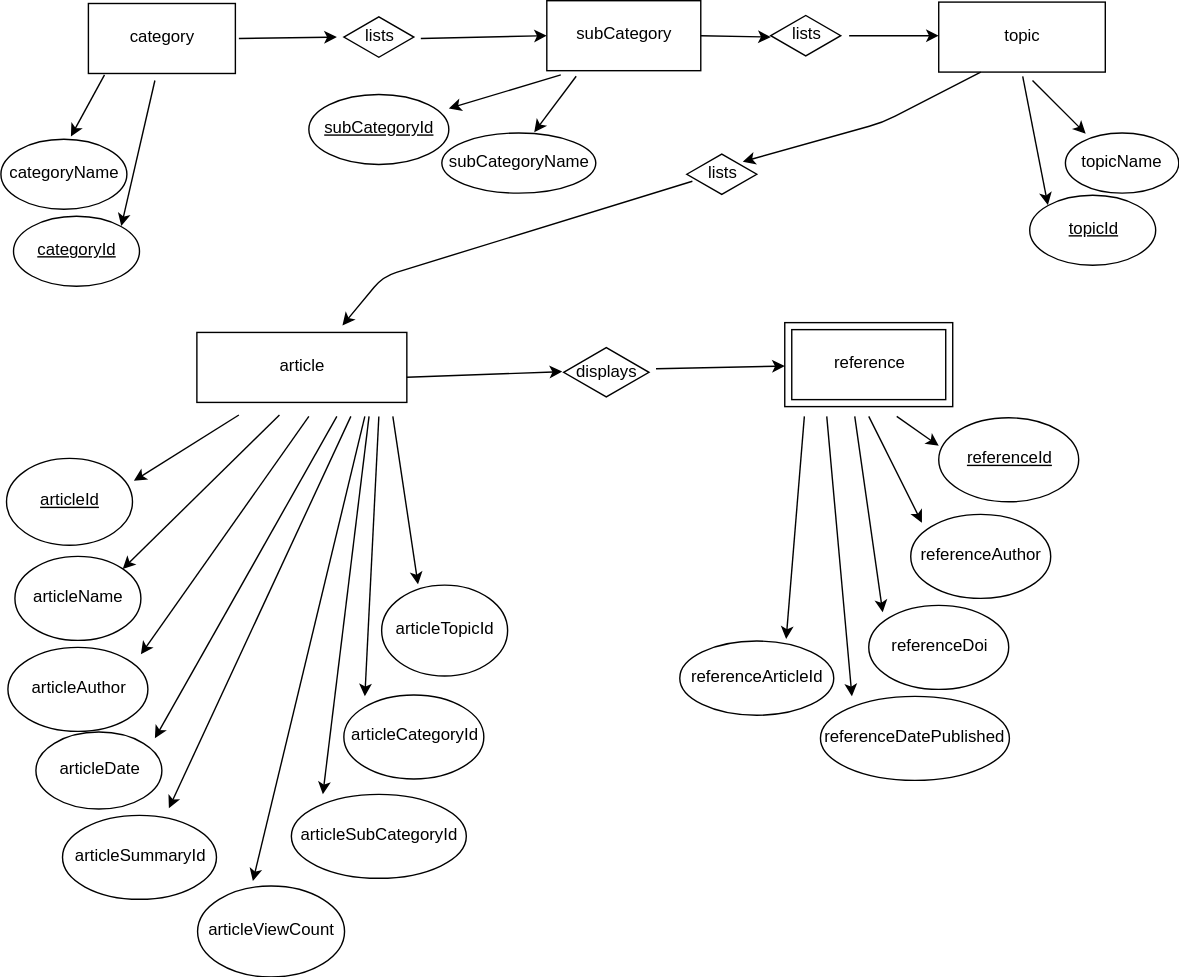
yvejr/data-design keeps this draw.io diagram as erdfordatadesign.svg. Above is the earlier version. Source tidied: cells renumbered, new cells last; positions are measured from the earlier drawing's top-left corner, leaving out a move shared by most shapes.
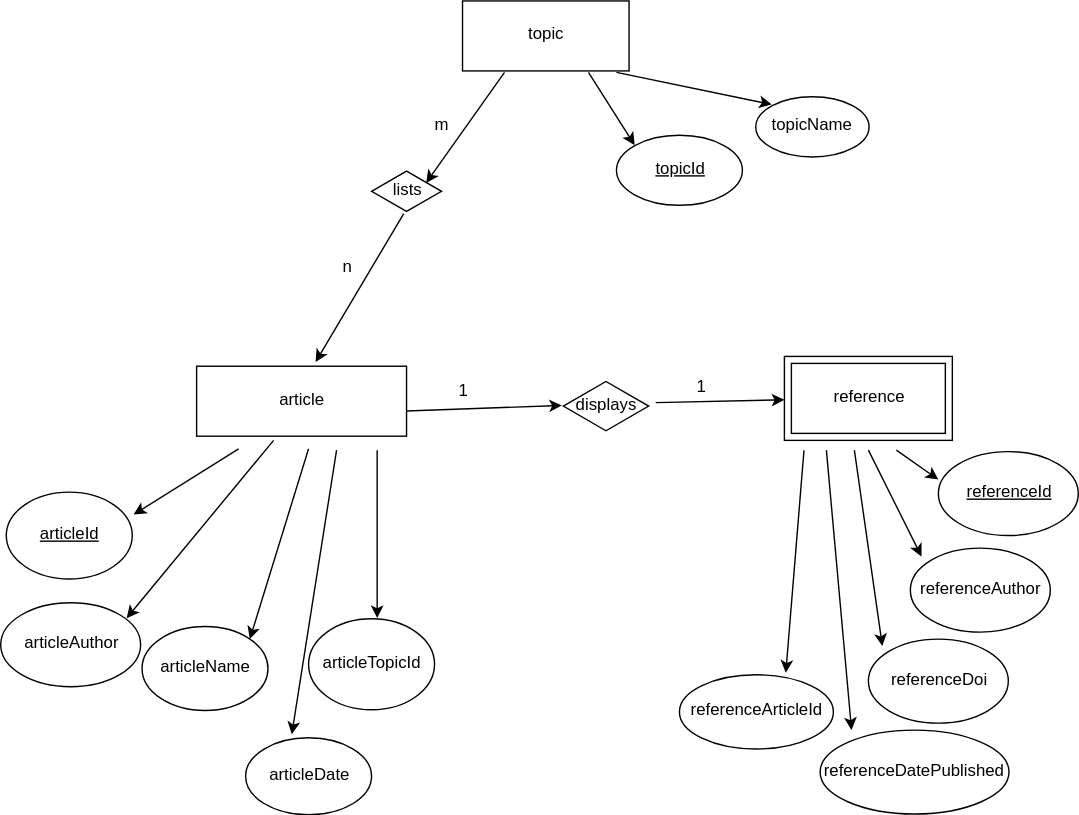
The same file after the commit.

Diff of the diagram source:
```diff
@@ -6,24 +6,25 @@
       <mxGeometry x="140" y="237" width="150" height="50" as="geometry" />
     </mxCell>
     <mxCell id="3" value="articleDate" style="ellipse;whiteSpace=wrap;html=1;" parent="1" vertex="1">
-      <mxGeometry x="25" y="522" width="90" height="55" as="geometry" />
+      <mxGeometry x="175" y="502" width="90" height="55" as="geometry" />
     </mxCell>
     <mxCell id="4" value="&lt;u&gt;articleId&lt;/u&gt;" style="ellipse;whiteSpace=wrap;html=1;" parent="1" vertex="1">
       <mxGeometry x="4" y="327" width="90" height="62" as="geometry" />
     </mxCell>
     <mxCell id="5" value="articleAuthor" style="ellipse;whiteSpace=wrap;html=1;" parent="1" vertex="1">
-      <mxGeometry x="5" y="462" width="100" height="60" as="geometry" />
+      <mxGeometry y="406" width="100" height="60" as="geometry" />
     </mxCell>
     <mxCell id="6" style="endArrow=classic;html=1;entryX=1.011;entryY=0.258;entryPerimeter=0;exitX=0.2;exitY=1.18;exitPerimeter=0;" parent="1" edge="1" source="2" target="4">
       <mxGeometry relative="1" as="geometry" />
     </mxCell>
-    <mxCell id="7" style="endArrow=classic;html=1;exitX=0.393;exitY=1.18;exitPerimeter=0;entryX=1;entryY=0;" parent="1" edge="1" source="2" target="28">
-      <mxGeometry relative="1" as="geometry" />
+    <mxCell id="7" style="endArrow=classic;html=1;entryX=1;entryY=0;" parent="1" edge="1" target="28">
+      <mxGeometry relative="1" as="geometry">
+        <mxPoint x="220" y="296" as="sourcePoint" />
+      </mxGeometry>
     </mxCell>
-    <mxCell id="8" style="endArrow=classic;html=1;" parent="1" edge="1">
+    <mxCell id="8" style="endArrow=classic;html=1;exitX=0.367;exitY=1.06;exitPerimeter=0;" parent="1" edge="1" source="2">
       <mxGeometry relative="1" as="geometry">
-        <mxPoint x="220" y="297" as="sourcePoint" />
-        <mxPoint x="100" y="467" as="targetPoint" />
+        <mxPoint x="90" y="417" as="targetPoint" />
       </mxGeometry>
     </mxCell>
     <mxCell id="9" value="source" style="rounded=0;whiteSpace=wrap;html=1;" parent="1" vertex="1">
@@ -69,120 +70,23 @@
         <mxPoint x="620" y="297" as="sourcePoint" />
       </mxGeometry>
     </mxCell>
-    <mxCell id="19" value="category" style="rounded=0;whiteSpace=wrap;html=1;" parent="1" vertex="1">
-      <mxGeometry x="62.5" y="2" width="105" height="50" as="geometry" />
-    </mxCell>
-    <mxCell id="20" value="categoryName" style="ellipse;whiteSpace=wrap;html=1;" parent="1" vertex="1">
-      <mxGeometry y="99" width="90" height="50" as="geometry" />
-    </mxCell>
-    <mxCell id="21" value="subCategory" style="rounded=0;whiteSpace=wrap;html=1;" parent="1" vertex="1">
-      <mxGeometry x="390" width="110" height="50" as="geometry" />
-    </mxCell>
-    <mxCell id="22" value="subCategoryName" style="ellipse;whiteSpace=wrap;html=1;" parent="1" vertex="1">
-      <mxGeometry x="315" y="94" width="110" height="43" as="geometry" />
-    </mxCell>
     <mxCell id="23" value="topic" style="rounded=0;whiteSpace=wrap;html=1;" parent="1" vertex="1">
-      <mxGeometry x="670" y="1" width="119" height="50" as="geometry" />
+      <mxGeometry x="330" y="-24" width="119" height="50" as="geometry" />
     </mxCell>
     <mxCell id="24" value="topicName" style="ellipse;whiteSpace=wrap;html=1;" parent="1" vertex="1">
-      <mxGeometry x="760" y="94" width="81" height="43" as="geometry" />
+      <mxGeometry x="539" y="44" width="81" height="43" as="geometry" />
     </mxCell>
-    <mxCell id="25" style="endArrow=classic;html=1;" parent="1" edge="1">
-      <mxGeometry relative="1" as="geometry">
-        <mxPoint x="411" y="54" as="sourcePoint" />
-        <mxPoint x="381" y="94" as="targetPoint" />
-      </mxGeometry>
-    </mxCell>
-    <mxCell id="26" style="endArrow=classic;html=1;exitX=0.105;exitY=1.02;exitPerimeter=0;" parent="1" edge="1" source="19">
-      <mxGeometry relative="1" as="geometry">
-        <mxPoint x="50" y="97" as="targetPoint" />
-      </mxGeometry>
-    </mxCell>
-    <mxCell id="27" style="endArrow=classic;html=1;exitX=0.563;exitY=1.12;exitPerimeter=0;entryX=0.185;entryY=0.017;entryPerimeter=0;" parent="1" edge="1" source="23" target="24">
-      <mxGeometry relative="1" as="geometry" />
-    </mxCell>
     <mxCell id="28" value="articleName" style="ellipse;whiteSpace=wrap;html=1;" parent="1" vertex="1">
-      <mxGeometry x="10" y="397" width="90" height="60" as="geometry" />
+      <mxGeometry x="101" y="423" width="90" height="60" as="geometry" />
     </mxCell>
-    <mxCell id="29" style="endArrow=classic;html=1;" parent="1" edge="1">
+    <mxCell id="29" style="endArrow=classic;html=1;entryX=0.367;entryY=-0.036;entryPerimeter=0;" parent="1" edge="1" target="3">
       <mxGeometry relative="1" as="geometry">
         <mxPoint x="240" y="297" as="sourcePoint" />
-        <mxPoint x="110" y="527" as="targetPoint" />
       </mxGeometry>
     </mxCell>
-    <mxCell id="30" value="lists" style="html=1;whiteSpace=wrap;shape=isoRectangle;" parent="1" vertex="1">
-      <mxGeometry x="245" y="11" width="50" height="30" as="geometry" />
-    </mxCell>
-    <mxCell id="31" value="lists" style="html=1;whiteSpace=wrap;shape=isoRectangle;" parent="1" vertex="1">
-      <mxGeometry x="550" y="10" width="50" height="30" as="geometry" />
-    </mxCell>
-    <mxCell id="32" style="endArrow=classic;html=1;" parent="1" edge="1">
-      <mxGeometry relative="1" as="geometry">
-        <mxPoint x="170" y="27" as="sourcePoint" />
-        <mxPoint x="240" y="26" as="targetPoint" />
-      </mxGeometry>
-    </mxCell>
-    <mxCell id="33" style="endArrow=classic;html=1;" parent="1" edge="1">
-      <mxGeometry relative="1" as="geometry">
-        <mxPoint x="300" y="27" as="sourcePoint" />
-        <mxPoint x="390" y="25" as="targetPoint" />
-      </mxGeometry>
-    </mxCell>
-    <mxCell id="34" style="endArrow=classic;html=1;" parent="1" edge="1">
-      <mxGeometry relative="1" as="geometry">
-        <mxPoint x="606" y="25" as="sourcePoint" />
-        <mxPoint x="670" y="25" as="targetPoint" />
-      </mxGeometry>
-    </mxCell>
-    <mxCell id="35" style="endArrow=classic;html=1;exitX=1;exitY=0.5;" parent="1" edge="1" source="21">
-      <mxGeometry relative="1" as="geometry">
-        <mxPoint x="550" y="26" as="targetPoint" />
-      </mxGeometry>
-    </mxCell>
-    <mxCell id="36" style="endArrow=classic;html=1;entryX=0.693;entryY=-0.1;entryPerimeter=0;exitX=0.08;exitY=0.667;exitPerimeter=0;" parent="1" edge="1" source="48" target="2">
-      <mxGeometry relative="1" as="geometry">
-        <Array as="points">
-          <mxPoint x="273" y="197" />
-        </Array>
-      </mxGeometry>
-    </mxCell>
-    <mxCell id="37" value="&lt;u&gt;categoryId&lt;/u&gt;" style="ellipse;whiteSpace=wrap;html=1;" parent="1" vertex="1">
-      <mxGeometry x="9" y="154" width="90" height="50" as="geometry" />
-    </mxCell>
-    <mxCell id="38" style="endArrow=classic;html=1;entryX=1;entryY=0;" parent="1" edge="1" target="37">
-      <mxGeometry relative="1" as="geometry">
-        <mxPoint x="110" y="57" as="sourcePoint" />
-      </mxGeometry>
-    </mxCell>
     <mxCell id="39" value="reference" style="rounded=0;whiteSpace=wrap;html=1;" parent="1" vertex="1">
       <mxGeometry x="565" y="235" width="110" height="50" as="geometry" />
     </mxCell>
-    <mxCell id="40" value="articleSummaryId" style="ellipse;whiteSpace=wrap;html=1;" parent="1" vertex="1">
-      <mxGeometry x="44" y="582" width="110" height="60" as="geometry" />
-    </mxCell>
-    <mxCell id="41" style="endArrow=classic;html=1;" parent="1" edge="1">
-      <mxGeometry relative="1" as="geometry">
-        <mxPoint x="250" y="297" as="sourcePoint" />
-        <mxPoint x="120" y="577" as="targetPoint" />
-      </mxGeometry>
-    </mxCell>
-    <mxCell id="42" value="articleViewCount" style="ellipse;whiteSpace=wrap;html=1;" parent="1" vertex="1">
-      <mxGeometry x="140" y="632" width="105" height="65" as="geometry" />
-    </mxCell>
-    <mxCell id="43" style="endArrow=classic;html=1;entryX=0.381;entryY=-0.046;entryPerimeter=0;" parent="1" edge="1" target="42">
-      <mxGeometry relative="1" as="geometry">
-        <mxPoint x="260" y="297" as="sourcePoint" />
-      </mxGeometry>
-    </mxCell>
-    <mxCell id="44" value="&lt;u&gt;subCategoryId&lt;/u&gt;" style="ellipse;whiteSpace=wrap;html=1;" parent="1" vertex="1">
-      <mxGeometry x="220" y="67" width="100" height="50" as="geometry" />
-    </mxCell>
-    <mxCell id="45" style="endArrow=classic;html=1;" parent="1" edge="1">
-      <mxGeometry relative="1" as="geometry">
-        <mxPoint x="400" y="53" as="sourcePoint" />
-        <mxPoint x="320" y="77" as="targetPoint" />
-      </mxGeometry>
-    </mxCell>
     <mxCell id="46" value="referenceDatePublished" style="ellipse;whiteSpace=wrap;html=1;" parent="1" vertex="1">
       <mxGeometry x="585" y="497" width="135" height="60" as="geometry" />
     </mxCell>
@@ -192,49 +96,23 @@
       </mxGeometry>
     </mxCell>
     <mxCell id="48" value="lists" style="html=1;whiteSpace=wrap;shape=isoRectangle;" parent="1" vertex="1">
-      <mxGeometry x="490" y="109" width="50" height="30" as="geometry" />
+      <mxGeometry x="265" y="97" width="50" height="30" as="geometry" />
     </mxCell>
-    <mxCell id="49" style="endArrow=classic;html=1;exitX=0.25;exitY=1;" parent="1" edge="1" source="23">
-      <mxGeometry relative="1" as="geometry">
-        <mxPoint x="530" y="115" as="targetPoint" />
-        <Array as="points">
-          <mxPoint x="630" y="87" />
-        </Array>
-      </mxGeometry>
-    </mxCell>
     <mxCell id="50" value="&lt;u&gt;topicId&lt;/u&gt;" style="ellipse;whiteSpace=wrap;html=1;" parent="1" vertex="1">
-      <mxGeometry x="735" y="139" width="90" height="50" as="geometry" />
+      <mxGeometry x="440" y="72" width="90" height="50" as="geometry" />
     </mxCell>
     <mxCell id="51" style="endArrow=classic;html=1;entryX=0;entryY=0;" parent="1" edge="1" target="50">
       <mxGeometry relative="1" as="geometry">
-        <mxPoint x="730" y="54" as="sourcePoint" />
+        <mxPoint x="420" y="27" as="sourcePoint" />
       </mxGeometry>
     </mxCell>
-    <mxCell id="52" value="articleCategoryId" style="ellipse;whiteSpace=wrap;html=1;" parent="1" vertex="1">
-      <mxGeometry x="245" y="495.5" width="100" height="60" as="geometry" />
-    </mxCell>
-    <mxCell id="53" value="articleSubCategoryId" style="ellipse;whiteSpace=wrap;html=1;" parent="1" vertex="1">
-      <mxGeometry x="207.5" y="567" width="125" height="60" as="geometry" />
-    </mxCell>
     <mxCell id="54" value="articleTopicId" style="ellipse;whiteSpace=wrap;html=1;" parent="1" vertex="1">
-      <mxGeometry x="272" y="417" width="90" height="65" as="geometry" />
+      <mxGeometry x="220" y="417" width="90" height="65" as="geometry" />
     </mxCell>
-    <mxCell id="55" style="endArrow=classic;html=1;" parent="1" edge="1">
-      <mxGeometry relative="1" as="geometry">
-        <mxPoint x="263" y="297" as="sourcePoint" />
-        <mxPoint x="230" y="567" as="targetPoint" />
-      </mxGeometry>
-    </mxCell>
-    <mxCell id="56" style="endArrow=classic;html=1;" parent="1" edge="1">
-      <mxGeometry relative="1" as="geometry">
-        <mxPoint x="270" y="297" as="sourcePoint" />
-        <mxPoint x="260" y="497" as="targetPoint" />
-      </mxGeometry>
-    </mxCell>
     <mxCell id="57" style="endArrow=classic;html=1;" parent="1" edge="1">
       <mxGeometry relative="1" as="geometry">
-        <mxPoint x="280" y="297" as="sourcePoint" />
-        <mxPoint x="298" y="417" as="targetPoint" />
+        <mxPoint x="269" y="297" as="sourcePoint" />
+        <mxPoint x="269" y="417" as="targetPoint" />
       </mxGeometry>
     </mxCell>
     <mxCell id="58" value="referenceArticleId" style="ellipse;whiteSpace=wrap;html=1;" parent="1" vertex="1">
@@ -245,5 +123,30 @@
         <mxPoint x="574" y="297" as="sourcePoint" />
       </mxGeometry>
     </mxCell>
+    <mxCell id="60" style="endArrow=classic;html=1;entryX=0;entryY=0;" parent="1" edge="1" target="24">
+      <mxGeometry relative="1" as="geometry">
+        <mxPoint x="440" y="27" as="sourcePoint" />
+      </mxGeometry>
+    </mxCell>
+    <mxCell id="36" style="endArrow=classic;html=1;entryX=0.567;entryY=-0.06;entryPerimeter=0;exitX=0.46;exitY=1.033;exitPerimeter=0;" parent="1" edge="1" source="48" target="2">
+      <mxGeometry relative="1" as="geometry" />
+    </mxCell>
+    <mxCell id="61" style="endArrow=classic;html=1;entryX=0.78;entryY=0.3;entryPerimeter=0;" parent="1" edge="1" target="48">
+      <mxGeometry relative="1" as="geometry">
+        <mxPoint x="360" y="27" as="sourcePoint" />
+      </mxGeometry>
+    </mxCell>
+    <mxCell id="62" value="1" style="text;html=1;strokeColor=none;fillColor=none;align=center;verticalAlign=middle;whiteSpace=wrap;rounded=0;" parent="1" vertex="1">
+      <mxGeometry x="310" y="246" width="40" height="20" as="geometry" />
+    </mxCell>
+    <mxCell id="63" value="1" style="text;html=1;strokeColor=none;fillColor=none;align=center;verticalAlign=middle;whiteSpace=wrap;rounded=0;" parent="1" vertex="1">
+      <mxGeometry x="480" y="243" width="40" height="20" as="geometry" />
+    </mxCell>
+    <mxCell id="64" value="m" style="text;html=1;strokeColor=none;fillColor=none;align=center;verticalAlign=middle;whiteSpace=wrap;rounded=0;" parent="1" vertex="1">
+      <mxGeometry x="295" y="55.5" width="40" height="20" as="geometry" />
+    </mxCell>
+    <mxCell id="65" value="n" style="text;html=1;strokeColor=none;fillColor=none;align=center;verticalAlign=middle;whiteSpace=wrap;rounded=0;" parent="1" vertex="1">
+      <mxGeometry x="227" y="157" width="40" height="20" as="geometry" />
+    </mxCell>
   </root>
 </mxGraphModel>
```
